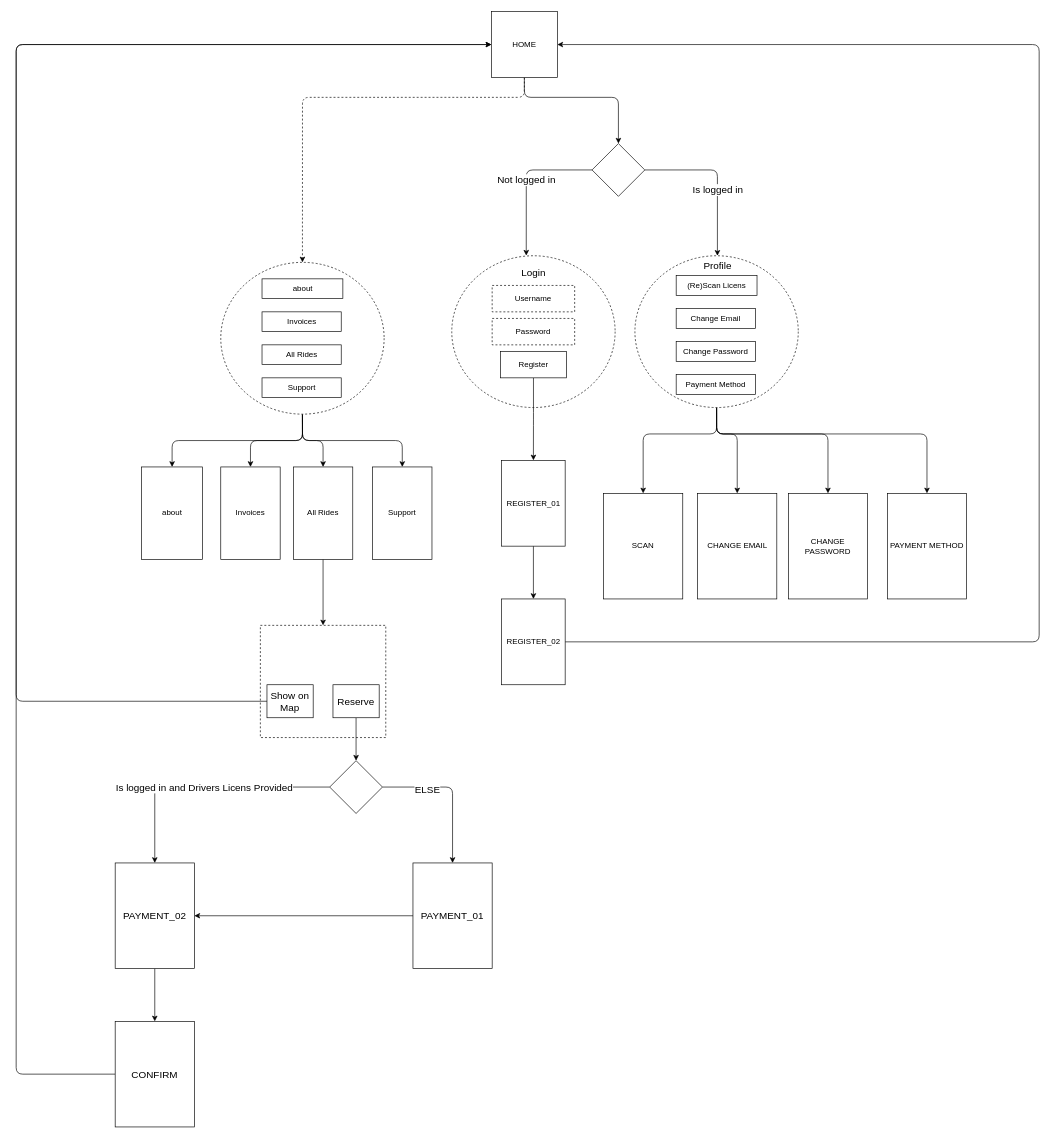
Earlier version of the draw.io diagram documentation/navigationStructure.drawio (lilybw/MSD-GR6-REACT-NATIVE). Source tidied: cells renumbered, new cells numbered last; positions are measured from the earlier drawing's top-left corner, leaving out a move shared by most shapes. Both pictures are drawn from the tidied source at 66%, with x=0, y=0 at pixel (16, 11).
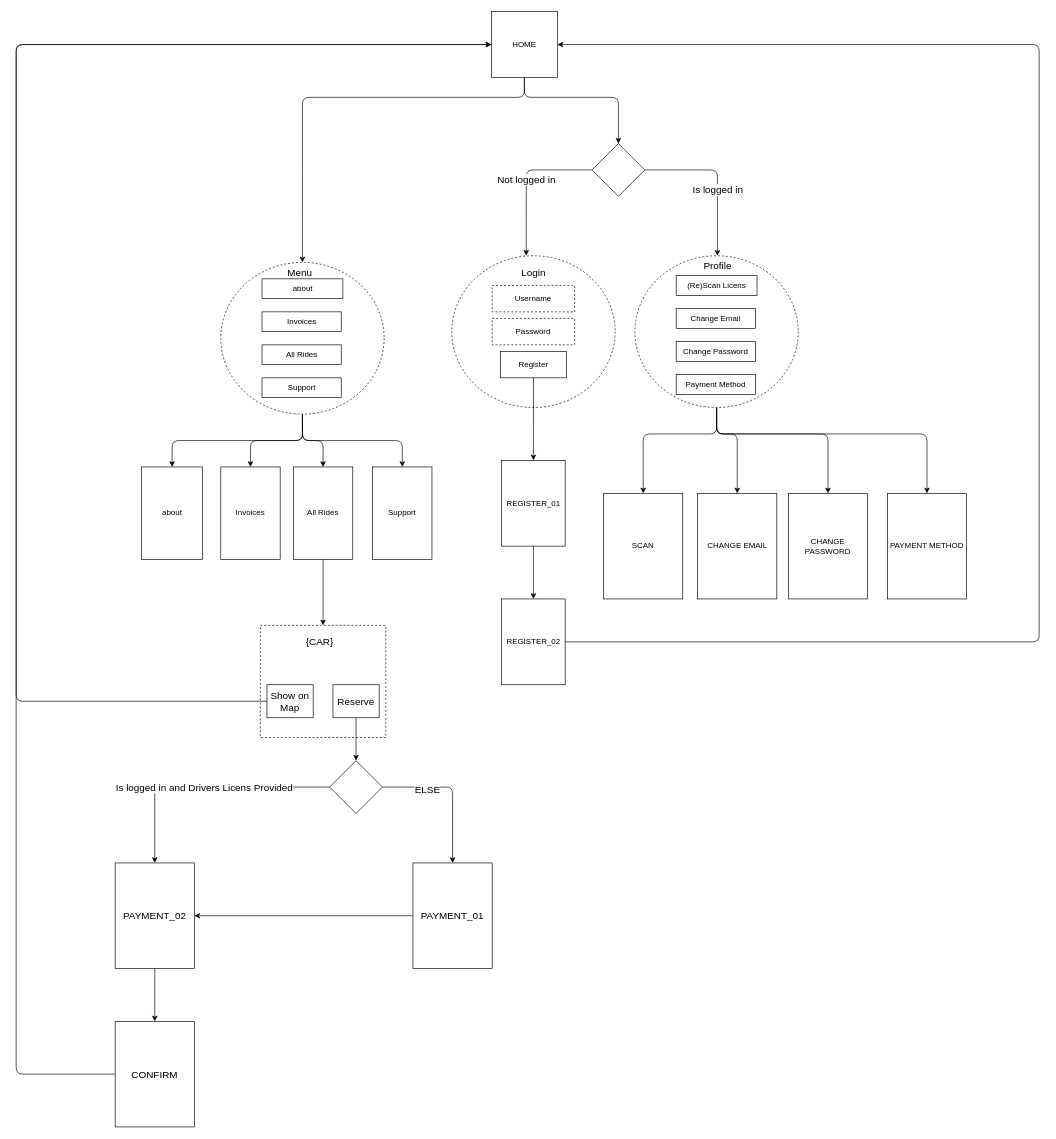
After the change.

Commit message (it also covers changes not shown here):
navigation stucture

Unchanged cells that the change refers to:
```xml
<mxCell id="5" value="HOME" style="whiteSpace=wrap;html=1;" parent="1" vertex="1">
  <mxGeometry x="720" width="100" height="100" as="geometry" />
</mxCell>
<mxCell id="32" style="ellipse;whiteSpace=wrap;html=1;dashed=1;" parent="1" vertex="1">
  <mxGeometry x="310" y="380" width="247.5" height="230" as="geometry" />
</mxCell>
```

Diff of the diagram source:
```diff
@@
-    <mxCell id="4" style="edgeStyle=orthogonalEdgeStyle;html=1;entryX=0.5;entryY=0;entryDx=0;entryDy=0;fontSize=15;dashed=1;" parent="1" edge="1" source="5" target="32">
+    <mxCell id="4" style="edgeStyle=orthogonalEdgeStyle;html=1;entryX=0.5;entryY=0;entryDx=0;entryDy=0;fontSize=15;" parent="1" edge="1" source="5" target="32">
       <mxGeometry relative="1" as="geometry">
         <Array as="points">
           <mxPoint x="770" y="130" />
           <mxPoint x="434" y="130" />
         </Array>
       </mxGeometry>
     </mxCell>
@@
+    <mxCell id="61" value="Menu" style="text;html=1;strokeColor=none;fillColor=none;align=center;verticalAlign=middle;whiteSpace=wrap;rounded=0;fontSize=15;" parent="1" vertex="1">
+      <mxGeometry x="400" y="380" width="60" height="30" as="geometry" />
+    </mxCell>
+    <mxCell id="62" value="{CAR}" style="text;html=1;strokeColor=none;fillColor=none;align=center;verticalAlign=middle;whiteSpace=wrap;rounded=0;fontSize=15;" parent="1" vertex="1">
+      <mxGeometry x="430" y="940" width="60" height="30" as="geometry" />
+    </mxCell>
```
